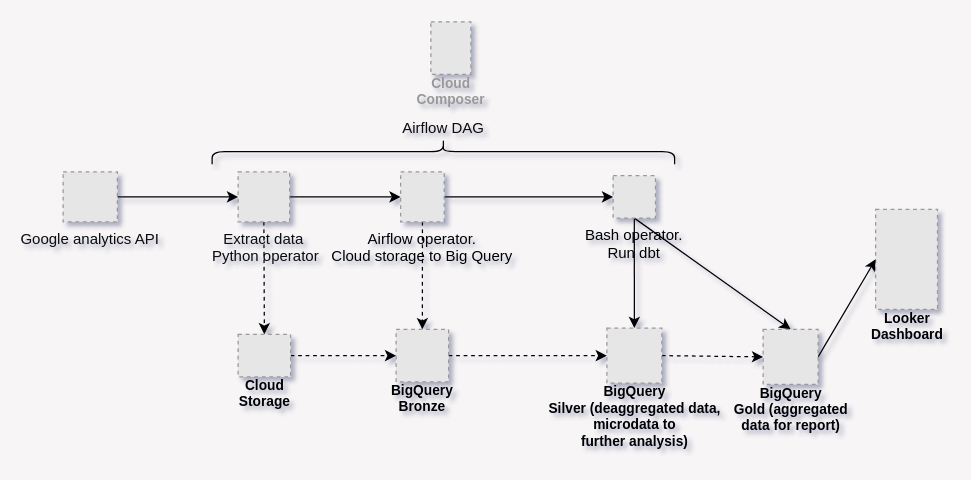
The draw.io diagram exercise4/design.drawio in LucaGelmini/WinClap-dataEng-technicalTest, before the edit. Source tidied: cells renumbered, new cells numbered last; positions are measured from the earlier drawing's top-left corner, leaving out a move shared by most shapes. Both pictures are drawn from the tidied source at 125%, with x=0, y=0 at pixel (62, -80). Pictures stored in the file or linked from it are replaced by grey dashed boxes.
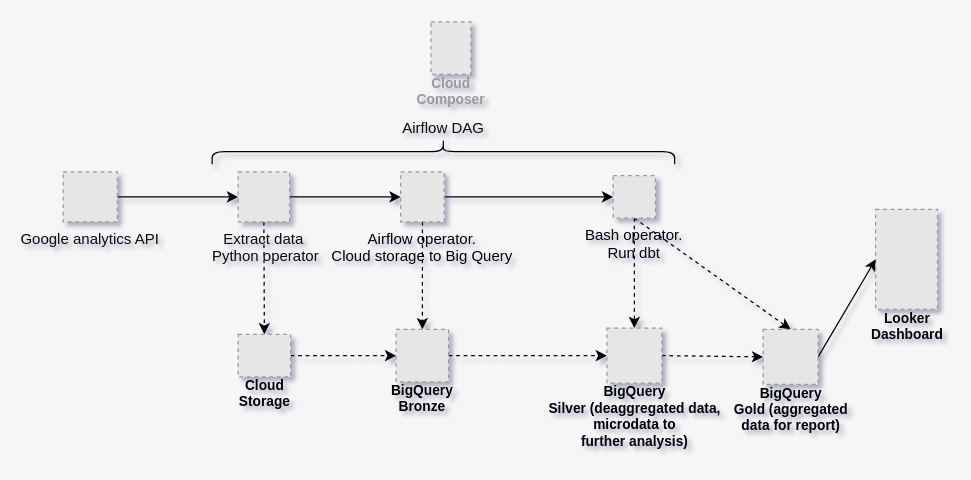
The same page after the edit.

The change refers to these unchanged cells:
```xml
<mxCell id="11" value="Bash operator.&#10;Run dbt" style="fillColor=#E6E6E6;strokeColor=#999999;dashed=1;verticalLabelPosition=bottom;labelBackgroundColor=none;verticalAlign=top;fontColor=#000000;" parent="1" vertex="1">
  <mxGeometry x="440" y="204" width="33.9" height="34" as="geometry" />
</mxCell>
<mxCell id="22" value="&lt;font color=&quot;#000000&quot;&gt;BigQuery&lt;br&gt;Silver (deaggregated data, &lt;br&gt;microdata to&lt;br&gt;further analysis)&lt;/font&gt;" style="fillColor=#E6E6E6;strokeColor=#999999;dashed=1;html=1;verticalAlign=top;labelPosition=center;verticalLabelPosition=bottom;align=center;spacingTop=-6;fontSize=11;fontStyle=1;fontColor=#999999;" parent="1" vertex="1">
  <mxGeometry x="435" y="326" width="44" height="44" as="geometry" />
</mxCell>
<mxCell id="24" value="&lt;font color=&quot;#000000&quot;&gt;BigQuery&lt;br&gt;Gold (aggregated&lt;br&gt;data for report)&lt;br&gt;&lt;/font&gt;" style="fillColor=#E6E6E6;strokeColor=#999999;dashed=1;html=1;verticalAlign=top;labelPosition=center;verticalLabelPosition=bottom;align=center;spacingTop=-6;fontSize=11;fontStyle=1;fontColor=#999999;" parent="1" vertex="1">
  <mxGeometry x="560" y="327" width="44" height="44" as="geometry" />
</mxCell>
```

What changed in the source:
```diff
@@
-    <mxCell id="9" style="edgeStyle=none;html=1;exitX=0.5;exitY=1;exitDx=0;exitDy=0;entryX=0.5;entryY=0;entryDx=0;entryDy=0;strokeColor=#000000;" parent="1" edge="1" source="11" target="22">
+    <mxCell id="9" style="edgeStyle=none;html=1;exitX=0.5;exitY=1;exitDx=0;exitDy=0;entryX=0.5;entryY=0;entryDx=0;entryDy=0;strokeColor=#000000;dashed=1;" parent="1" edge="1" source="11" target="22">
       <mxGeometry relative="1" as="geometry" />
     </mxCell>
-    <mxCell id="10" style="edgeStyle=none;html=1;exitX=0.5;exitY=1;exitDx=0;exitDy=0;entryX=0.5;entryY=0;entryDx=0;entryDy=0;strokeColor=#000000;" parent="1" edge="1" source="11" target="24">
+    <mxCell id="10" style="edgeStyle=none;html=1;exitX=0.5;exitY=1;exitDx=0;exitDy=0;entryX=0.5;entryY=0;entryDx=0;entryDy=0;strokeColor=#000000;dashed=1;" parent="1" edge="1" source="11" target="24">
       <mxGeometry relative="1" as="geometry" />
     </mxCell>
```
